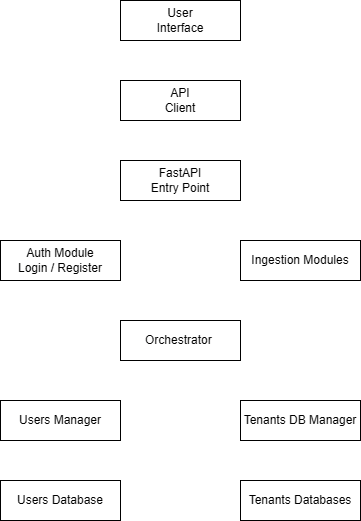
The draw.io diagram docs/images/system-architecture.png in MooAbdelhamid/blueprint-prototype, before a commit. Source tidied: cells renumbered, new cells last; positions are measured from the earlier drawing's top-left corner, leaving out a move shared by most shapes. The source it was exported from:
```xml
<mxGraphModel>
  <root>
    <mxCell id="0" />
    <mxCell id="1" parent="0" />
    <mxCell id="2" value="User&lt;div&gt;Interface&lt;/div&gt;" style="rounded=0;whiteSpace=wrap;html=1;" parent="1" vertex="1">
      <mxGeometry x="120" width="120" height="40" as="geometry" />
    </mxCell>
    <mxCell id="3" value="API&lt;div&gt;Client&lt;/div&gt;" style="rounded=0;whiteSpace=wrap;html=1;" parent="1" vertex="1">
      <mxGeometry x="120" y="80" width="120" height="40" as="geometry" />
    </mxCell>
    <mxCell id="4" value="FastAPI&lt;div&gt;Entry Point&lt;/div&gt;" style="rounded=0;whiteSpace=wrap;html=1;" parent="1" vertex="1">
      <mxGeometry x="120" y="160" width="120" height="40" as="geometry" />
    </mxCell>
    <mxCell id="5" value="Auth Module&lt;div&gt;Login / Register&lt;/div&gt;" style="rounded=0;whiteSpace=wrap;html=1;" parent="1" vertex="1">
      <mxGeometry y="240" width="120" height="40" as="geometry" />
    </mxCell>
    <mxCell id="6" value="Ingestion Modules" style="rounded=0;whiteSpace=wrap;html=1;" parent="1" vertex="1">
      <mxGeometry x="240" y="240" width="120" height="40" as="geometry" />
    </mxCell>
    <mxCell id="7" value="Orchestrator&amp;nbsp;" style="rounded=0;whiteSpace=wrap;html=1;" parent="1" vertex="1">
      <mxGeometry x="120" y="320" width="120" height="40" as="geometry" />
    </mxCell>
    <mxCell id="8" value="Users Manager" style="rounded=0;whiteSpace=wrap;html=1;" parent="1" vertex="1">
      <mxGeometry y="400" width="120" height="40" as="geometry" />
    </mxCell>
    <mxCell id="9" value="Users Database" style="rounded=0;whiteSpace=wrap;html=1;" parent="1" vertex="1">
      <mxGeometry y="480" width="120" height="40" as="geometry" />
    </mxCell>
    <mxCell id="10" value="Tenants DB Manager" style="rounded=0;whiteSpace=wrap;html=1;" parent="1" vertex="1">
      <mxGeometry x="240" y="400" width="120" height="40" as="geometry" />
    </mxCell>
    <mxCell id="11" value="Tenants Databases" style="rounded=0;whiteSpace=wrap;html=1;" parent="1" vertex="1">
      <mxGeometry x="240" y="480" width="120" height="40" as="geometry" />
    </mxCell>
  </root>
</mxGraphModel>
```
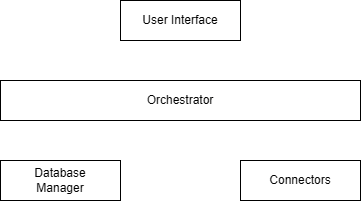
The same file after the commit.

The edit, as a diff of the source:
```diff
@@ -2,35 +2,17 @@
   <root>
     <mxCell id="0" />
     <mxCell id="1" parent="0" />
+    <mxCell id="7" value="Orchestrator" style="rounded=0;whiteSpace=wrap;html=1;" parent="1" vertex="1">
+      <mxGeometry y="240" width="360" height="40" as="geometry" />
+    </mxCell>
+    <mxCell id="12" value="Database&lt;div&gt;Manager&lt;/div&gt;" style="rounded=0;whiteSpace=wrap;html=1;" parent="1" vertex="1">
+      <mxGeometry y="320" width="120" height="40" as="geometry" />
+    </mxCell>
+    <mxCell id="13" value="Connectors" style="rounded=0;whiteSpace=wrap;html=1;" parent="1" vertex="1">
+      <mxGeometry x="240" y="320" width="120" height="40" as="geometry" />
+    </mxCell>
-    <mxCell id="2" value="User&lt;div&gt;Interface&lt;/div&gt;" style="rounded=0;whiteSpace=wrap;html=1;" parent="1" vertex="1">
-      <mxGeometry x="120" width="120" height="40" as="geometry" />
+    <mxCell id="2" value="User Interface" style="rounded=0;whiteSpace=wrap;html=1;" parent="1" vertex="1">
+      <mxGeometry x="120" y="160" width="120" height="40" as="geometry" />
     </mxCell>
-    <mxCell id="3" value="API&lt;div&gt;Client&lt;/div&gt;" style="rounded=0;whiteSpace=wrap;html=1;" parent="1" vertex="1">
-      <mxGeometry x="120" y="80" width="120" height="40" as="geometry" />
-    </mxCell>
-    <mxCell id="4" value="FastAPI&lt;div&gt;Entry Point&lt;/div&gt;" style="rounded=0;whiteSpace=wrap;html=1;" parent="1" vertex="1">
-      <mxGeometry x="120" y="160" width="120" height="40" as="geometry" />
-    </mxCell>
-    <mxCell id="5" value="Auth Module&lt;div&gt;Login / Register&lt;/div&gt;" style="rounded=0;whiteSpace=wrap;html=1;" parent="1" vertex="1">
-      <mxGeometry y="240" width="120" height="40" as="geometry" />
-    </mxCell>
-    <mxCell id="6" value="Ingestion Modules" style="rounded=0;whiteSpace=wrap;html=1;" parent="1" vertex="1">
-      <mxGeometry x="240" y="240" width="120" height="40" as="geometry" />
-    </mxCell>
-    <mxCell id="7" value="Orchestrator&amp;nbsp;" style="rounded=0;whiteSpace=wrap;html=1;" parent="1" vertex="1">
-      <mxGeometry x="120" y="320" width="120" height="40" as="geometry" />
-    </mxCell>
-    <mxCell id="8" value="Users Manager" style="rounded=0;whiteSpace=wrap;html=1;" parent="1" vertex="1">
-      <mxGeometry y="400" width="120" height="40" as="geometry" />
-    </mxCell>
-    <mxCell id="9" value="Users Database" style="rounded=0;whiteSpace=wrap;html=1;" parent="1" vertex="1">
-      <mxGeometry y="480" width="120" height="40" as="geometry" />
-    </mxCell>
-    <mxCell id="10" value="Tenants DB Manager" style="rounded=0;whiteSpace=wrap;html=1;" parent="1" vertex="1">
-      <mxGeometry x="240" y="400" width="120" height="40" as="geometry" />
-    </mxCell>
-    <mxCell id="11" value="Tenants Databases" style="rounded=0;whiteSpace=wrap;html=1;" parent="1" vertex="1">
-      <mxGeometry x="240" y="480" width="120" height="40" as="geometry" />
-    </mxCell>
   </root>
 </mxGraphModel>
```
